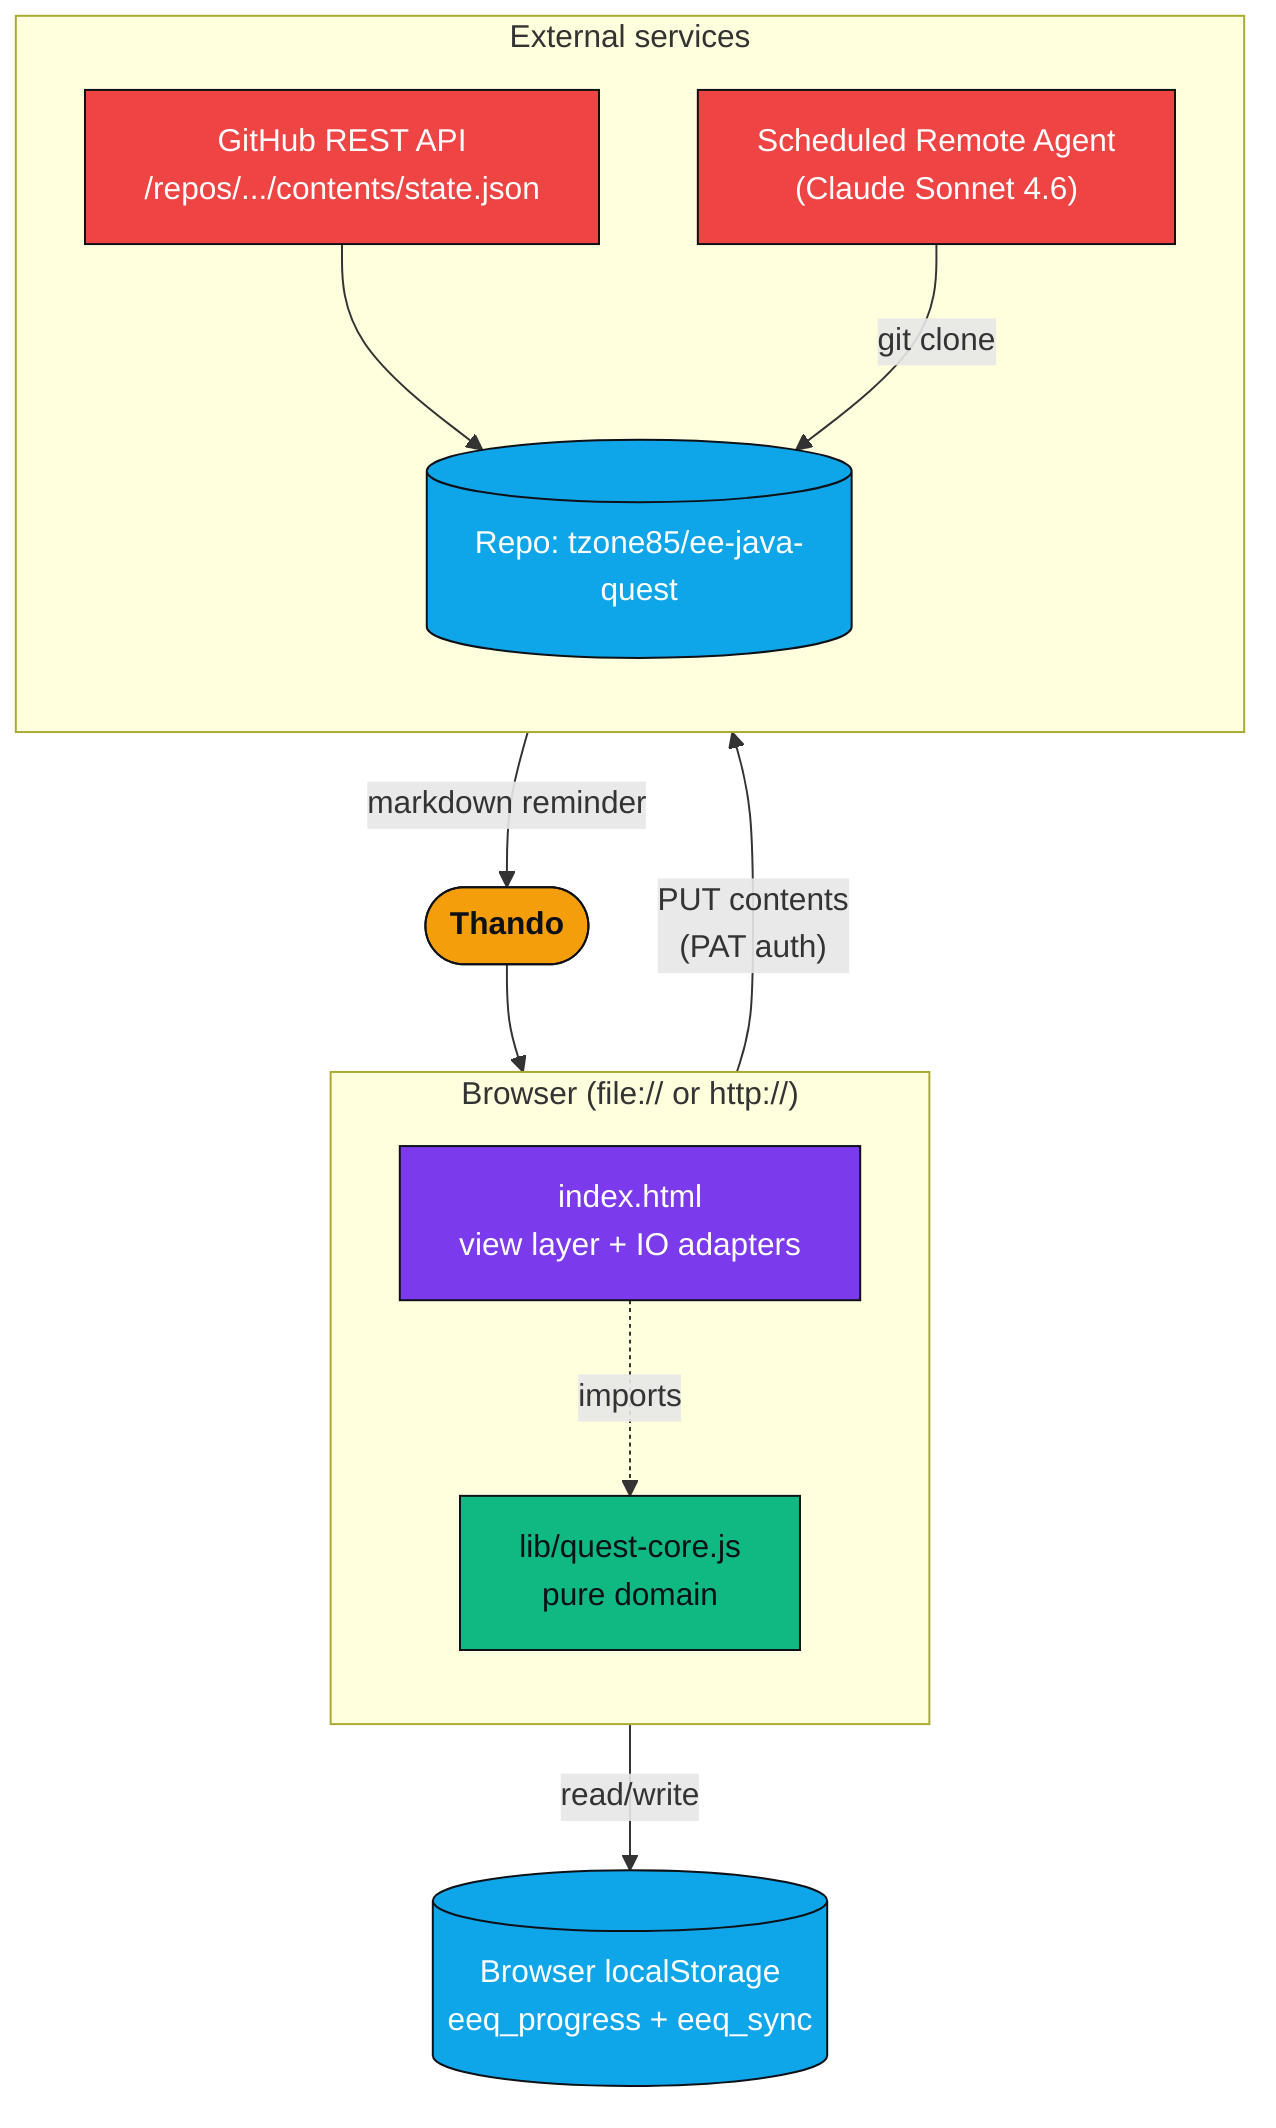
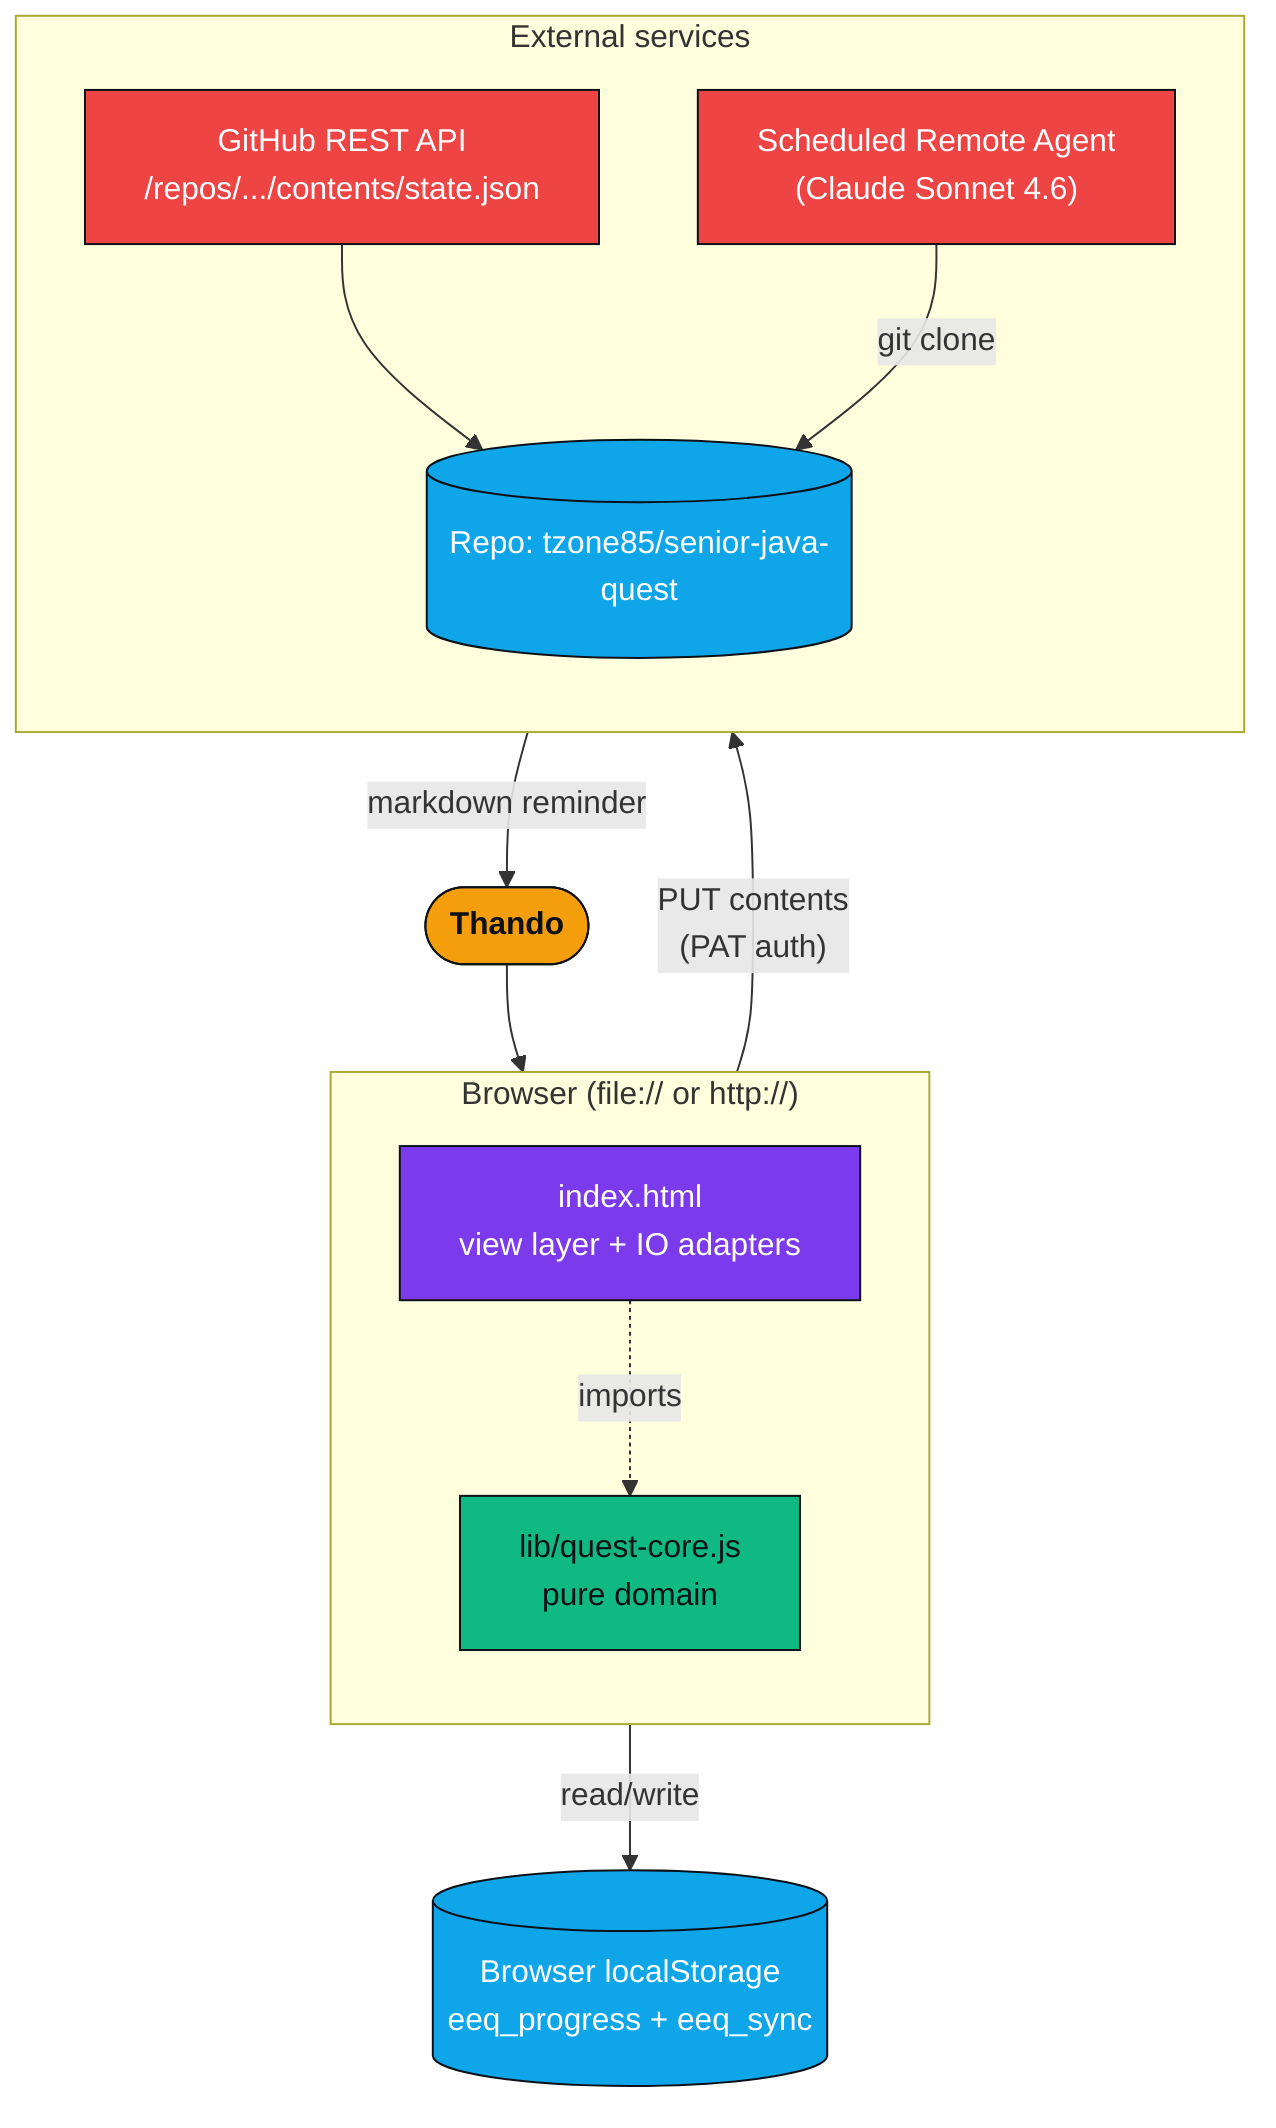
%%{init: {'theme':'default'}}%%
flowchart TB
    User([Thando])

    subgraph Browser["Browser (file:// or http://)"]
        direction TB
        IH["index.html<br/>view layer + IO adapters"]
        QC["lib/quest-core.js<br/>pure domain"]
        IH -.imports.-> QC
    end

    LS[("Browser localStorage<br/>eeq_progress + eeq_sync")]

    subgraph Cloud["External services"]
        direction TB
        GHAPI["GitHub REST API<br/>/repos/.../contents/state.json"]
-         Repo[("Repo: tzone85/ee-java-quest")]
+         Repo[("Repo: tzone85/senior-java-quest")]
        CronAgent["Scheduled Remote Agent<br/>(Claude Sonnet 4.6)"]
        GHAPI --> Repo
        CronAgent -->|git clone| Repo
    end

    User --> IH
    IH -->|read/write| LS
    IH -->|"PUT contents<br/>(PAT auth)"| GHAPI
    CronAgent -->|"markdown reminder"| User

    classDef person fill:#F59E0B,stroke:#0D1117,color:#0D1117,font-weight:bold
    classDef container fill:#7C3AED,stroke:#0D1117,color:#FFFFFF
    classDef pure fill:#10B981,stroke:#0D1117,color:#0D1117
    classDef store fill:#0EA5E9,stroke:#0D1117,color:#FFFFFF
    classDef ext fill:#EF4444,stroke:#0D1117,color:#FFFFFF
    class User person
    class IH container
    class QC pure
    class LS,Repo store
    class GHAPI,CronAgent ext
